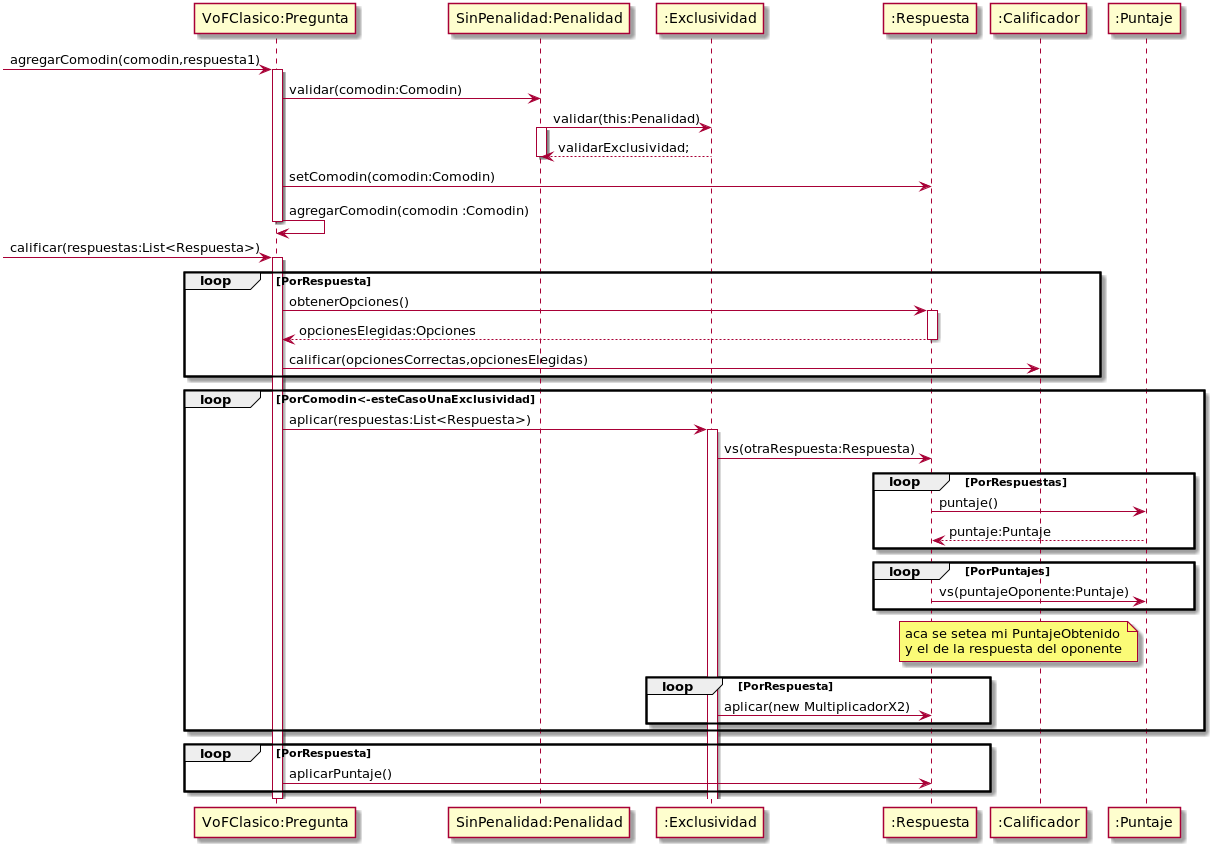
This is src/main/java/edu/fiuba/algo3/Diagramas/png/DS/DSComodin3.png from Alex1161/TP2, a PlantUML export, as it was before one commit.
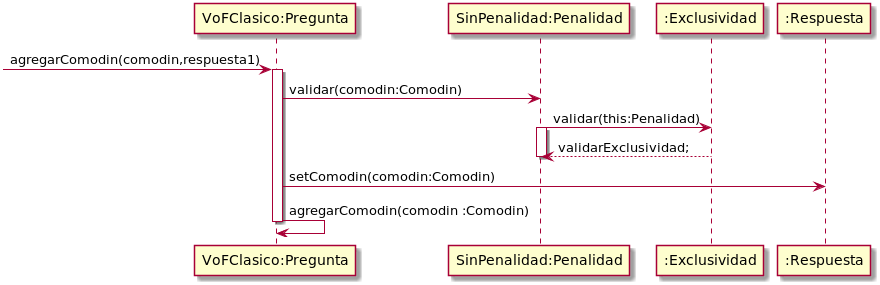
Later version of the same file.

Commit message:
diagrama Comodin3 en proceso

Diff of the diagram source:
```diff
@@ -10,38 +10,4 @@
 "VoFClasico:Pregunta" ->"VoFClasico:Pregunta" :agregarComodin(comodin :Comodin)
 deactivate "VoFClasico:Pregunta"
 
-[->"VoFClasico:Pregunta":calificar(respuestas:List<Respuesta>)
-loop PorRespuesta
-activate "VoFClasico:Pregunta"
-"VoFClasico:Pregunta"->":Respuesta":obtenerOpciones()
-activate ":Respuesta"
-":Respuesta"-->"VoFClasico:Pregunta": opcionesElegidas:Opciones
-deactivate ":Respuesta"
-"VoFClasico:Pregunta"->":Calificador":calificar(opcionesCorrectas,opcionesElegidas)
-end
-loop PorComodin<-esteCasoUnaExclusividad
-"VoFClasico:Pregunta"->":Exclusividad":aplicar(respuestas:List<Respuesta>)
-activate ":Exclusividad"
- ":Exclusividad"->":Respuesta":vs(otraRespuesta:Respuesta)
- loop PorRespuestas
- ":Respuesta"->":Puntaje":puntaje()
- ":Puntaje"-->":Respuesta":puntaje:Puntaje
-end
-loop PorPuntajes
-":Respuesta"->":Puntaje":vs(puntajeOponente:Puntaje)
-end
-note left of ":Puntaje"
-aca se setea mi PuntajeObtenido
-y el de la respuesta del oponente
-end note
-loop PorRespuesta
- ":Exclusividad"->":Respuesta":aplicar(new MultiplicadorX2)
-end
-end
-loop PorRespuesta
-"VoFClasico:Pregunta"-> ":Respuesta": aplicarPuntaje()
-end
-deactivate "VoFClasico:Pregunta"
-
-
 @enduml
```
